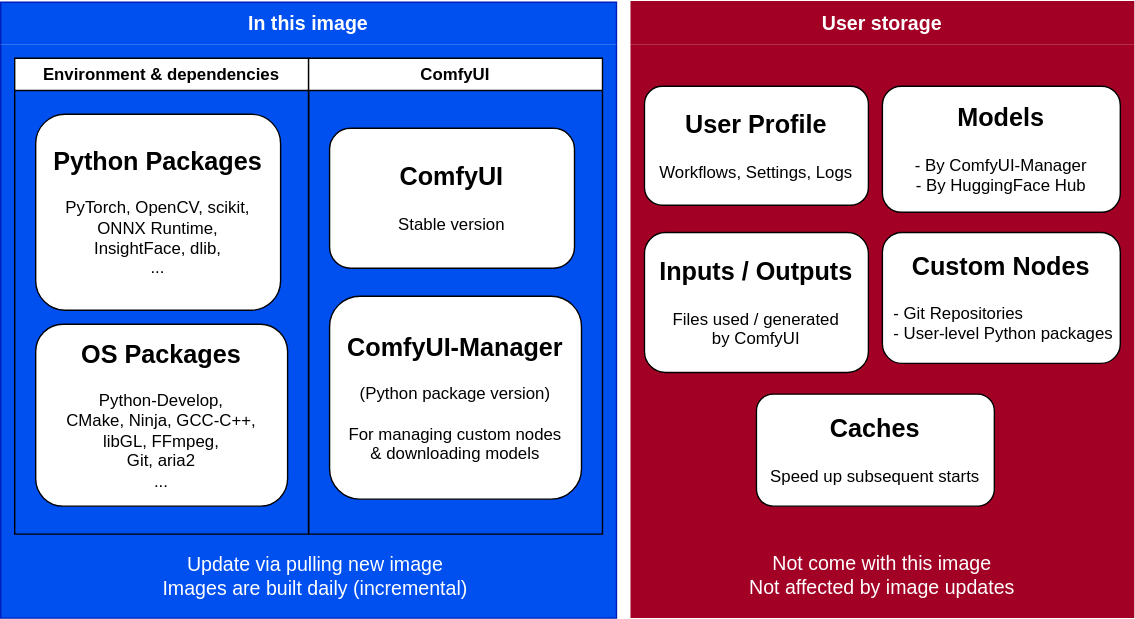
YanWenKun/ComfyUI-Docker keeps this draw.io diagram as cu130-slim-v2/concept.svg. Above is the earlier version. Source tidied: cells renumbered, new cells last; positions are measured from the earlier drawing's top-left corner, leaving out a move shared by most shapes.
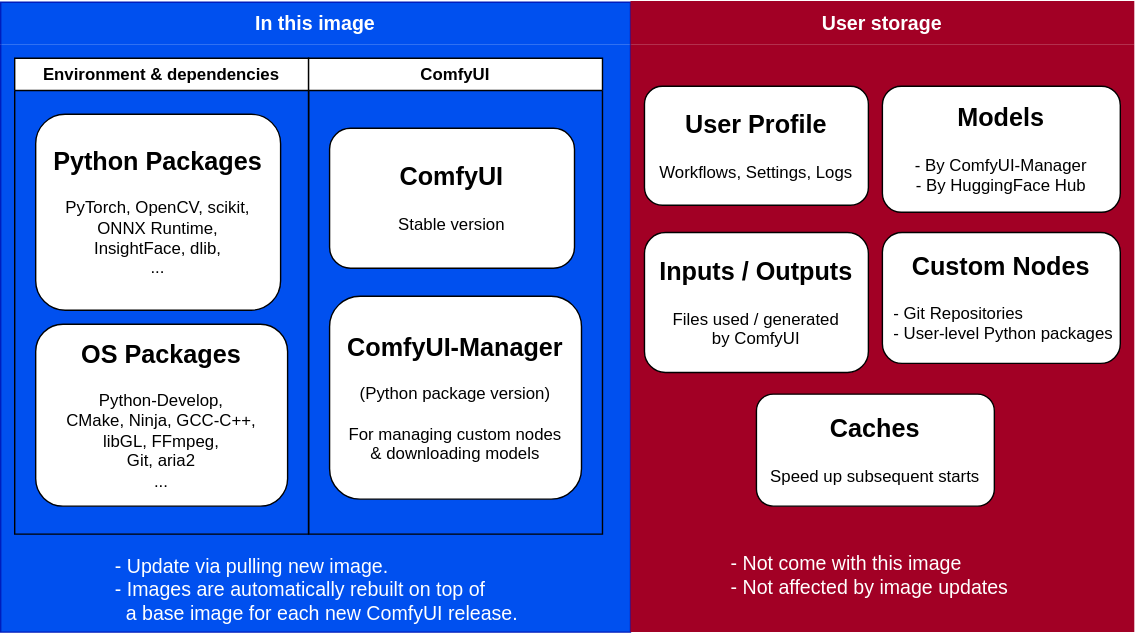
After the commit.

Commit message:
CI auto builds for every new release of ComfyUI

Change to the diagram source:
```diff
@@ -3,10 +3,10 @@
     <mxCell id="0" />
     <mxCell id="1" parent="0" />
     <mxCell id="2" value="&lt;div&gt;&lt;span style=&quot;background-color: transparent; color: light-dark(rgb(255, 255, 255), rgb(18, 18, 18));&quot;&gt;In this image&lt;/span&gt;&lt;/div&gt;" style="swimlane;whiteSpace=wrap;html=1;fillStyle=auto;swimlaneFillColor=#0050EF;fontSize=14;fontFamily=Helvetica;swimlaneLine=0;shadow=0;rounded=0;glass=0;startSize=30;fillColor=#0050ef;strokeColor=#001DBC;fontColor=#ffffff;" parent="1" vertex="1">
-      <mxGeometry y="1" width="440" height="440" as="geometry" />
+      <mxGeometry y="1" width="450" height="450" as="geometry" />
     </mxCell>
-    <mxCell id="3" value="Update via pulling new image&lt;div&gt;Images are built daily (incremental)&lt;/div&gt;" style="text;html=1;align=center;verticalAlign=middle;whiteSpace=wrap;rounded=0;fontColor=#FFFFFF;fontSize=14;" parent="2" vertex="1">
-      <mxGeometry y="390" width="450" height="40" as="geometry" />
+    <mxCell id="3" value="- Update via pulling new image.&lt;div&gt;-&amp;nbsp;&lt;span style=&quot;background-color: transparent;&quot;&gt;Images are automatically rebuilt on top of&amp;nbsp;&lt;/span&gt;&lt;/div&gt;&lt;div&gt;&lt;span style=&quot;background-color: transparent;&quot;&gt;&amp;nbsp; a base image for each new ComfyUI release&lt;/span&gt;&lt;span style=&quot;background-color: transparent; color: light-dark(rgb(255, 255, 255), rgb(18, 18, 18));&quot;&gt;.&lt;/span&gt;&lt;/div&gt;" style="text;html=1;align=left;verticalAlign=middle;whiteSpace=wrap;rounded=0;fontColor=#FFFFFF;fontSize=14;" parent="2" vertex="1">
+      <mxGeometry x="80" y="390" width="330" height="60" as="geometry" />
     </mxCell>
     <mxCell id="4" value="Environment &amp;amp; dependencies" style="swimlane;whiteSpace=wrap;html=1;" parent="2" vertex="1">
       <mxGeometry x="10" y="40" width="210" height="340" as="geometry" />
@@ -27,7 +27,7 @@
       <mxGeometry x="15" y="170" width="180" height="145" as="geometry" />
     </mxCell>
     <mxCell id="10" value="&lt;div&gt;User storage&lt;/div&gt;" style="swimlane;whiteSpace=wrap;html=1;fontSize=14;fillColor=#a20025;fontColor=#ffffff;strokeColor=none;swimlaneLine=0;swimlaneFillColor=#A20025;startSize=31;" parent="1" vertex="1">
-      <mxGeometry x="450" width="360" height="441" as="geometry" />
+      <mxGeometry x="450" width="360" height="451" as="geometry" />
     </mxCell>
     <mxCell id="11" value="&lt;h2&gt;User Profile&lt;/h2&gt;&lt;div&gt;Workflows,&amp;nbsp;&lt;span style=&quot;background-color: transparent; color: light-dark(rgb(0, 0, 0), rgb(255, 255, 255));&quot;&gt;Settings&lt;/span&gt;&lt;span style=&quot;background-color: transparent;&quot;&gt;, Logs&lt;/span&gt;&lt;/div&gt;&lt;div&gt;&lt;span style=&quot;background-color: transparent;&quot;&gt;&lt;br&gt;&lt;/span&gt;&lt;/div&gt;" style="rounded=1;whiteSpace=wrap;html=1;" parent="10" vertex="1">
       <mxGeometry x="10" y="61" width="160" height="85" as="geometry" />
@@ -38,8 +38,8 @@
     <mxCell id="13" value="&lt;h2&gt;Caches&lt;/h2&gt;Speed up subsequent starts&lt;br&gt;&lt;div&gt;&lt;div&gt;&lt;div&gt;&lt;br&gt;&lt;/div&gt;&lt;/div&gt;&lt;/div&gt;" style="rounded=1;whiteSpace=wrap;html=1;glass=0;" parent="10" vertex="1">
       <mxGeometry x="90" y="281" width="170" height="80" as="geometry" />
     </mxCell>
-    <mxCell id="14" value="&lt;div&gt;Not come with this image&lt;/div&gt;&lt;div&gt;Not affected by image updates&lt;/div&gt;" style="text;html=1;align=center;verticalAlign=middle;whiteSpace=wrap;rounded=0;fontColor=#FFFFFF;fontSize=14;" parent="10" vertex="1">
-      <mxGeometry x="15" y="390" width="330" height="40" as="geometry" />
+    <mxCell id="14" value="&lt;div&gt;- Not come with this image&lt;/div&gt;&lt;div&gt;- Not affected by image updates&lt;/div&gt;" style="text;html=1;align=left;verticalAlign=middle;whiteSpace=wrap;rounded=0;fontColor=#FFFFFF;fontSize=14;" parent="10" vertex="1">
+      <mxGeometry x="70" y="390" width="245" height="40" as="geometry" />
     </mxCell>
     <mxCell id="15" value="&lt;h2&gt;Inputs / Outputs&lt;/h2&gt;&lt;div&gt;Files used / generated&lt;/div&gt;&lt;div&gt;by ComfyUI&lt;/div&gt;&lt;div&gt;&lt;br&gt;&lt;/div&gt;" style="rounded=1;whiteSpace=wrap;html=1;" parent="10" vertex="1">
       <mxGeometry x="10" y="165.5" width="160" height="100" as="geometry" />
```
